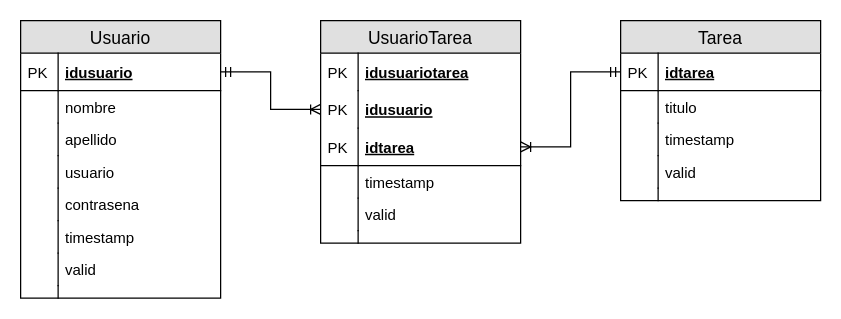
Earlier version of the draw.io diagram docs/ER.drawio (hernanBeiza/FlaskSqlAlchemy). Source tidied: cells renumbered, new cells numbered last; positions are measured from the earlier drawing's top-left corner, leaving out a move shared by most shapes. Both pictures are drawn from the tidied source at 125%, with x=0, y=0 at pixel (20, 20).
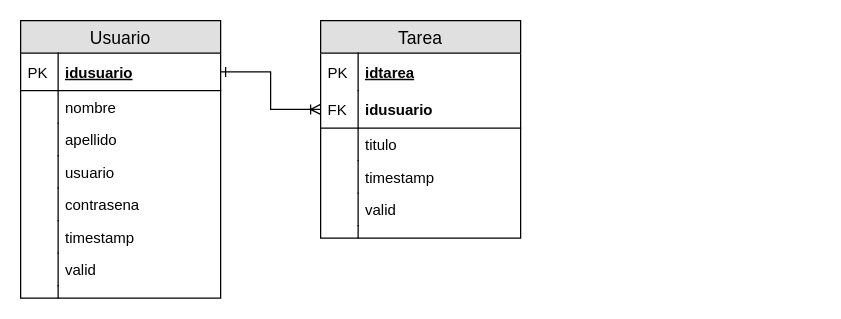
The same diagram, later.

Unchanged cells that the change refers to:
```xml
<mxCell id="3" value="idusuario" style="shape=partialRectangle;top=0;left=0;right=0;bottom=1;align=left;verticalAlign=middle;fillColor=none;spacingLeft=34;spacingRight=4;overflow=hidden;points=[[0,0.5],[1,0.5]];portConstraint=eastwest;fontStyle=5;fontSize=12;" parent="2" vertex="1">
  <mxGeometry y="26" width="160" height="30" as="geometry" />
</mxCell>
```

What changed in the source:
```diff
@@
-    <mxCell id="19" value="UsuarioTarea" style="swimlane;fontStyle=0;horizontal=1;startSize=26;fillColor=#e0e0e0;swimlaneFillColor=#ffffff;align=center;fontSize=14;" parent="1" vertex="1">
-      <mxGeometry x="240" width="160" height="178" as="geometry" />
-    </mxCell>
-    <mxCell id="20" value="idusuariotarea" style="shape=partialRectangle;top=0;left=0;right=0;bottom=1;align=left;verticalAlign=middle;fillColor=none;spacingLeft=34;spacingRight=4;overflow=hidden;fontStyle=5;fontSize=12;strokeColor=none;" parent="19" vertex="1">
-      <mxGeometry y="26" width="160" height="30" as="geometry" />
-    </mxCell>
-    <mxCell id="21" value="PK" style="shape=partialRectangle;top=0;left=0;bottom=0;fillColor=none;align=left;verticalAlign=middle;spacingLeft=4;spacingRight=4;overflow=hidden;fontSize=12;" parent="20" vertex="1">
-      <mxGeometry width="30" height="30" as="geometry" />
-    </mxCell>
-    <mxCell id="22" value="idusuario" style="shape=partialRectangle;top=0;left=0;right=0;bottom=1;align=left;verticalAlign=middle;fillColor=none;spacingLeft=34;spacingRight=4;overflow=hidden;points=[[0,0.5],[1,0.5]];portConstraint=eastwest;fontStyle=5;fontSize=12;strokeColor=none;" parent="19" vertex="1">
-      <mxGeometry y="56" width="160" height="30" as="geometry" />
-    </mxCell>
-    <mxCell id="23" value="PK" style="shape=partialRectangle;top=0;left=0;bottom=0;fillColor=none;align=left;verticalAlign=middle;spacingLeft=4;spacingRight=4;overflow=hidden;fontSize=12;" parent="22" vertex="1">
-      <mxGeometry width="30" height="30" as="geometry" />
-    </mxCell>
-    <mxCell id="24" value="idtarea" style="shape=partialRectangle;top=0;left=0;right=0;bottom=1;align=left;verticalAlign=middle;fillColor=none;spacingLeft=34;spacingRight=4;overflow=hidden;points=[[0,0.5],[1,0.5]];portConstraint=eastwest;fontStyle=5;fontSize=12;" parent="19" vertex="1">
-      <mxGeometry y="86" width="160" height="30" as="geometry" />
-    </mxCell>
-    <mxCell id="25" value="PK" style="shape=partialRectangle;top=0;left=0;bottom=0;fillColor=none;align=left;verticalAlign=middle;spacingLeft=4;spacingRight=4;overflow=hidden;fontSize=12;" parent="24" vertex="1">
-      <mxGeometry width="30" height="30" as="geometry" />
-    </mxCell>
-    <mxCell id="26" value="timestamp" style="shape=partialRectangle;top=0;left=0;right=0;bottom=0;align=left;verticalAlign=top;fillColor=none;spacingLeft=34;spacingRight=4;overflow=hidden;fontSize=12;" parent="19" vertex="1">
-      <mxGeometry y="116" width="160" height="26" as="geometry" />
-    </mxCell>
-    <mxCell id="27" style="shape=partialRectangle;top=0;left=0;bottom=0;fillColor=none;align=left;verticalAlign=top;spacingLeft=4;spacingRight=4;overflow=hidden;fontSize=12;" parent="26" vertex="1">
-      <mxGeometry width="30" height="26" as="geometry" />
-    </mxCell>
-    <mxCell id="28" value="valid" style="shape=partialRectangle;top=0;left=0;right=0;bottom=0;align=left;verticalAlign=top;fillColor=none;spacingLeft=34;spacingRight=4;overflow=hidden;fontSize=12;" parent="19" vertex="1">
-      <mxGeometry y="142" width="160" height="26" as="geometry" />
-    </mxCell>
-    <mxCell id="29" style="shape=partialRectangle;top=0;left=0;bottom=0;fillColor=none;align=left;verticalAlign=top;spacingLeft=4;spacingRight=4;overflow=hidden;fontSize=12;" parent="28" vertex="1">
-      <mxGeometry width="30" height="26" as="geometry" />
-    </mxCell>
-    <mxCell id="30" style="shape=partialRectangle;top=0;left=0;right=0;bottom=0;align=left;verticalAlign=top;fillColor=none;spacingLeft=34;spacingRight=4;overflow=hidden;fontSize=12;" parent="19" vertex="1">
-      <mxGeometry y="168" width="160" height="10" as="geometry" />
-    </mxCell>
-    <mxCell id="31" style="shape=partialRectangle;top=0;left=0;bottom=0;fillColor=none;align=left;verticalAlign=top;spacingLeft=4;spacingRight=4;overflow=hidden;fontSize=12;" parent="30" vertex="1">
-      <mxGeometry width="30" height="10" as="geometry" />
-    </mxCell>
-    <mxCell id="32" style="edgeStyle=orthogonalEdgeStyle;rounded=0;jettySize=auto;html=1;exitX=1;exitY=0.5;exitDx=0;exitDy=0;entryX=0;entryY=0.5;entryDx=0;entryDy=0;endArrow=ERoneToMany;endFill=0;startArrow=ERmandOne;startFill=0;" parent="1" edge="1" source="3" target="22">
-      <mxGeometry relative="1" as="geometry" />
-    </mxCell>
     <mxCell id="33" value="Tarea" style="swimlane;fontStyle=0;horizontal=1;startSize=26;fillColor=#e0e0e0;swimlaneFillColor=#ffffff;align=center;fontSize=14;" parent="1" vertex="1">
-      <mxGeometry x="480" width="160" height="144" as="geometry" />
+      <mxGeometry x="240" width="160" height="174" as="geometry" />
     </mxCell>
-    <mxCell id="34" value="idtarea" style="shape=partialRectangle;top=0;left=0;right=0;bottom=1;align=left;verticalAlign=middle;fillColor=none;spacingLeft=34;spacingRight=4;overflow=hidden;points=[[0,0.5],[1,0.5]];portConstraint=eastwest;fontStyle=5;fontSize=12;" parent="33" vertex="1">
+    <mxCell id="34" value="idtarea" style="shape=partialRectangle;top=0;left=0;right=0;bottom=1;align=left;verticalAlign=middle;fillColor=none;spacingLeft=34;spacingRight=4;overflow=hidden;points=[[0,0.5],[1,0.5]];portConstraint=eastwest;fontStyle=5;fontSize=12;strokeColor=none;" parent="33" vertex="1">
       <mxGeometry y="26" width="160" height="30" as="geometry" />
     </mxCell>
@@
+    <mxCell id="22" value="idusuario" style="shape=partialRectangle;top=0;left=0;right=0;bottom=1;align=left;verticalAlign=middle;fillColor=none;spacingLeft=34;spacingRight=4;overflow=hidden;points=[[0,0.5],[1,0.5]];portConstraint=eastwest;fontStyle=1;fontSize=12;" parent="33" vertex="1">
+      <mxGeometry y="56" width="160" height="30" as="geometry" />
+    </mxCell>
+    <mxCell id="45" value="FK" style="shape=partialRectangle;top=0;left=0;bottom=0;fillColor=none;align=left;verticalAlign=middle;spacingLeft=4;spacingRight=4;overflow=hidden;fontSize=12;" parent="22" vertex="1">
+      <mxGeometry width="30" height="30" as="geometry" />
+    </mxCell>
     <mxCell id="36" value="titulo" style="shape=partialRectangle;top=0;left=0;right=0;bottom=0;align=left;verticalAlign=top;fillColor=none;spacingLeft=34;spacingRight=4;overflow=hidden;fontSize=12;" parent="33" vertex="1">
-      <mxGeometry y="56" width="160" height="26" as="geometry" />
+      <mxGeometry y="86" width="160" height="26" as="geometry" />
     </mxCell>
@@
     <mxCell id="38" value="timestamp" style="shape=partialRectangle;top=0;left=0;right=0;bottom=0;align=left;verticalAlign=top;fillColor=none;spacingLeft=34;spacingRight=4;overflow=hidden;fontSize=12;" parent="33" vertex="1">
-      <mxGeometry y="82" width="160" height="26" as="geometry" />
+      <mxGeometry y="112" width="160" height="26" as="geometry" />
     </mxCell>
@@
     <mxCell id="40" value="valid" style="shape=partialRectangle;top=0;left=0;right=0;bottom=0;align=left;verticalAlign=top;fillColor=none;spacingLeft=34;spacingRight=4;overflow=hidden;fontSize=12;" parent="33" vertex="1">
-      <mxGeometry y="108" width="160" height="26" as="geometry" />
+      <mxGeometry y="138" width="160" height="26" as="geometry" />
     </mxCell>
@@
     <mxCell id="42" style="shape=partialRectangle;top=0;left=0;right=0;bottom=0;align=left;verticalAlign=top;fillColor=none;spacingLeft=34;spacingRight=4;overflow=hidden;fontSize=12;" parent="33" vertex="1">
-      <mxGeometry y="134" width="160" height="10" as="geometry" />
+      <mxGeometry y="164" width="160" height="10" as="geometry" />
     </mxCell>
@@
-    <mxCell id="44" style="edgeStyle=orthogonalEdgeStyle;rounded=0;jettySize=auto;html=1;exitX=0;exitY=0.5;exitDx=0;exitDy=0;startArrow=ERmandOne;startFill=0;endArrow=ERoneToMany;endFill=0;" parent="1" edge="1" source="34" target="24">
+    <mxCell id="44" style="edgeStyle=orthogonalEdgeStyle;rounded=0;jettySize=auto;html=1;startArrow=ERoneToMany;startFill=0;endArrow=ERone;endFill=0;" parent="1" edge="1" source="22" target="3">
       <mxGeometry relative="1" as="geometry" />
     </mxCell>
```
